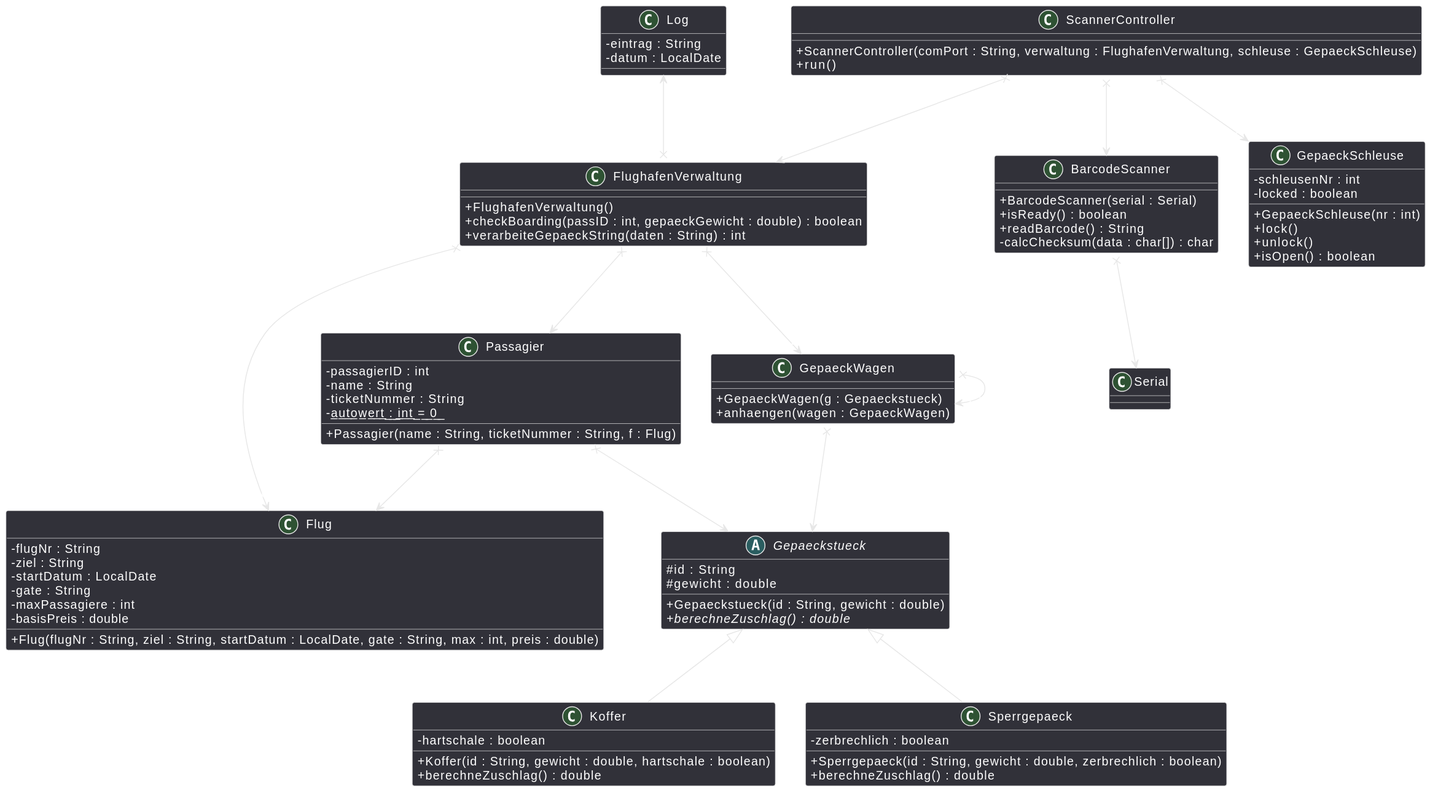
The PlantUML diagram assets/img/sec6/lvl24-1.svg in OnlyCook/abitur-elite-code, before a commit. Its diagram source:
```plantuml
@startuml
skinparam backgroundcolor transparent
skinparam classAttributeIconSize 0
class FlughafenVerwaltung {
  + FlughafenVerwaltung()
  + checkBoarding(passID : int, gepaeckGewicht : double) : boolean
  + verarbeiteGepaeckString(daten : String) : int
}

abstract class Gepaeckstueck {
  # id : String
  # gewicht : double
  + Gepaeckstueck(id : String, gewicht : double)
  {abstract} + berechneZuschlag() : double
}

class Koffer {
  - hartschale : boolean
  + Koffer(id : String, gewicht : double, hartschale : boolean)
  + berechneZuschlag() : double
}

class Sperrgepaeck {
  - zerbrechlich : boolean
  + Sperrgepaeck(id : String, gewicht : double, zerbrechlich : boolean)
  + berechneZuschlag() : double
}

class Flug {
  - flugNr : String
  - ziel : String
  - startDatum : LocalDate
  - gate : String
  - maxPassagiere : int
  - basisPreis : double
  + Flug(flugNr : String, ziel : String, startDatum : LocalDate, gate : String, max : int, preis : double)
}

class Passagier {
  - passagierID : int
  - name : String
  - ticketNummer : String
  - a̲u̲t̲o̲w̲e̲r̲t̲ ̲:̲ ̲i̲n̲t̲ ̲=̲ ̲0̲ ̲
  + Passagier(name : String, ticketNummer : String, f : Flug)
}

class GepaeckWagen {
  + GepaeckWagen(g : Gepaeckstueck)
  + anhaengen(wagen : GepaeckWagen)
}

class BarcodeScanner {
  + BarcodeScanner(serial : Serial)
  + isReady() : boolean
  + readBarcode() : String
  - calcChecksum(data : char[]) : char
}

class ScannerController {
  + ScannerController(comPort : String, verwaltung : FlughafenVerwaltung, schleuse : GepaeckSchleuse)
  + run()
}

class GepaeckSchleuse {
  - schleusenNr : int
  - locked : boolean
  + GepaeckSchleuse(nr : int)
  + lock()
  + unlock()
  + isOpen() : boolean
}

class Serial

class Log {
  - eintrag : String
  - datum : LocalDate
}

Gepaeckstueck <|-- Koffer
Gepaeckstueck <|-- Sperrgepaeck

FlughafenVerwaltung x--> "*" Flug : -fluege
FlughafenVerwaltung x--> "*" Passagier : -passagiere
FlughafenVerwaltung x--> "0..1" GepaeckWagen : -gepaeckKopf

Passagier x--> "1" Flug : -flug
Passagier x--> "*" Gepaeckstueck : -gepaeck

GepaeckWagen x--> "0..1" GepaeckWagen : -naechsterWagen
GepaeckWagen x--> "1" Gepaeckstueck : -ladung

ScannerController x--> "1" BarcodeScanner : -scanner
ScannerController x--> "1" FlughafenVerwaltung : -verwaltung
ScannerController x--> "1" GepaeckSchleuse : -schleuse

BarcodeScanner x--> "1" Serial : -serial

FlughafenVerwaltung x-up-> "*" Log : -logs
@enduml
```
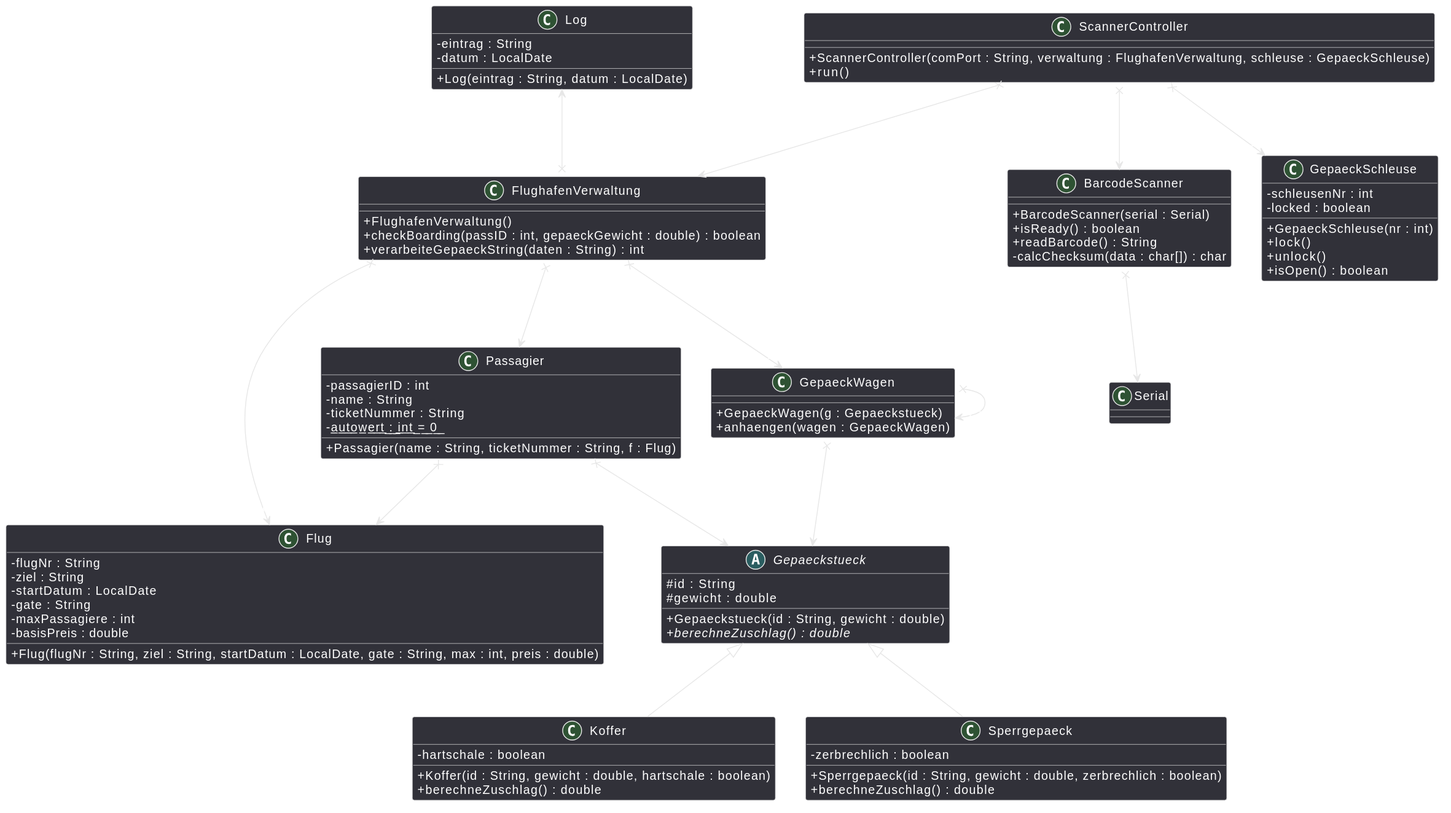
The same diagram one commit later.

Change to the diagram source:
```diff
@@ -75,6 +75,7 @@
 class Log {
   - eintrag : String
   - datum : LocalDate
+  + Log(eintrag : String, datum : LocalDate)
 }
 
 Gepaeckstueck <|-- Koffer
```
